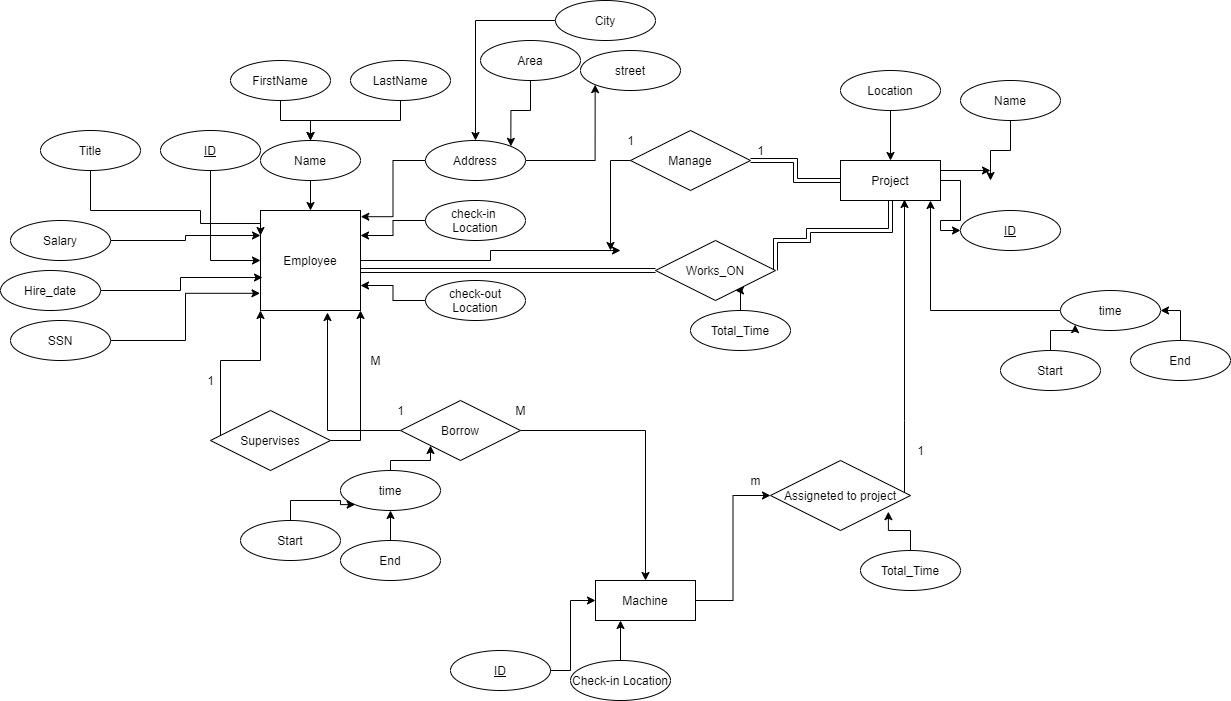
The draw.io diagram ERD.png in aymanred121/IGEC-Logging-App-Project, before a commit. Source tidied: cells renumbered, new cells last; positions are measured from the earlier drawing's top-left corner, leaving out a move shared by most shapes.
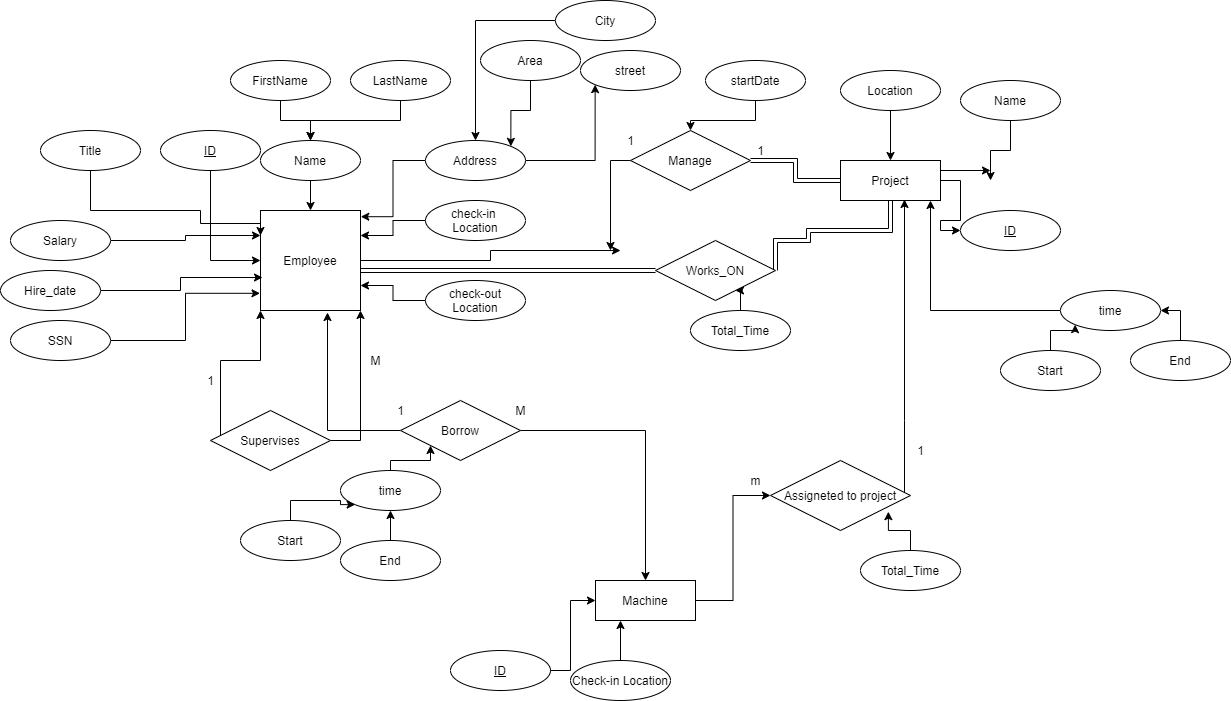
After the commit.

The edit, as a diff of the source:
```diff
@@ -300,5 +300,11 @@
     <mxCell id="83" value="SSN" style="ellipse;whiteSpace=wrap;html=1;align=center;" parent="1" vertex="1">
       <mxGeometry x="10" y="320" width="100" height="40" as="geometry" />
     </mxCell>
+    <mxCell id="84" style="edgeStyle=orthogonalEdgeStyle;rounded=0;jettySize=auto;html=1;" parent="1" edge="1" source="85" target="39">
+      <mxGeometry relative="1" as="geometry" />
+    </mxCell>
+    <mxCell id="85" value="startDate" style="ellipse;whiteSpace=wrap;html=1;align=center;" parent="1" vertex="1">
+      <mxGeometry x="705" y="60" width="100" height="40" as="geometry" />
+    </mxCell>
   </root>
 </mxGraphModel>
```
